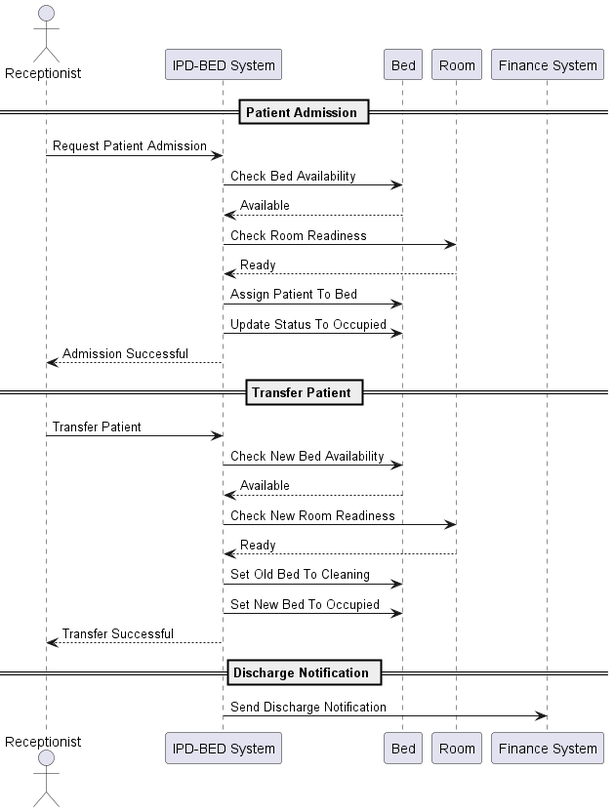
SE226G4/hospital-erp-g4-t3-ipd-bed keeps this PlantUML diagram as HospitalSystem/diagrams/sequence/sequence.png. Above is the earlier version. The source it was exported from:
```plantuml
@startuml sequence

actor Receptionist

participant "IPD-BED System" as System
participant Bed
participant Room
participant "Finance System" as Finance

== Patient Admission ==

Receptionist -> System : Request Patient Admission

System -> Bed : Check Bed Availability
Bed --> System : Available

System -> Room : Check Room Readiness
Room --> System : Ready

System -> Bed : Assign Patient To Bed
System -> Bed : Update Status To Occupied

System --> Receptionist : Admission Successful

== Transfer Patient ==

Receptionist -> System : Transfer Patient

System -> Bed : Check New Bed Availability
Bed --> System : Available

System -> Room : Check New Room Readiness
Room --> System : Ready

System -> Bed : Set Old Bed To Cleaning
System -> Bed : Set New Bed To Occupied

System --> Receptionist : Transfer Successful

== Discharge Notification ==

System -> Finance : Send Discharge Notification

@enduml
```
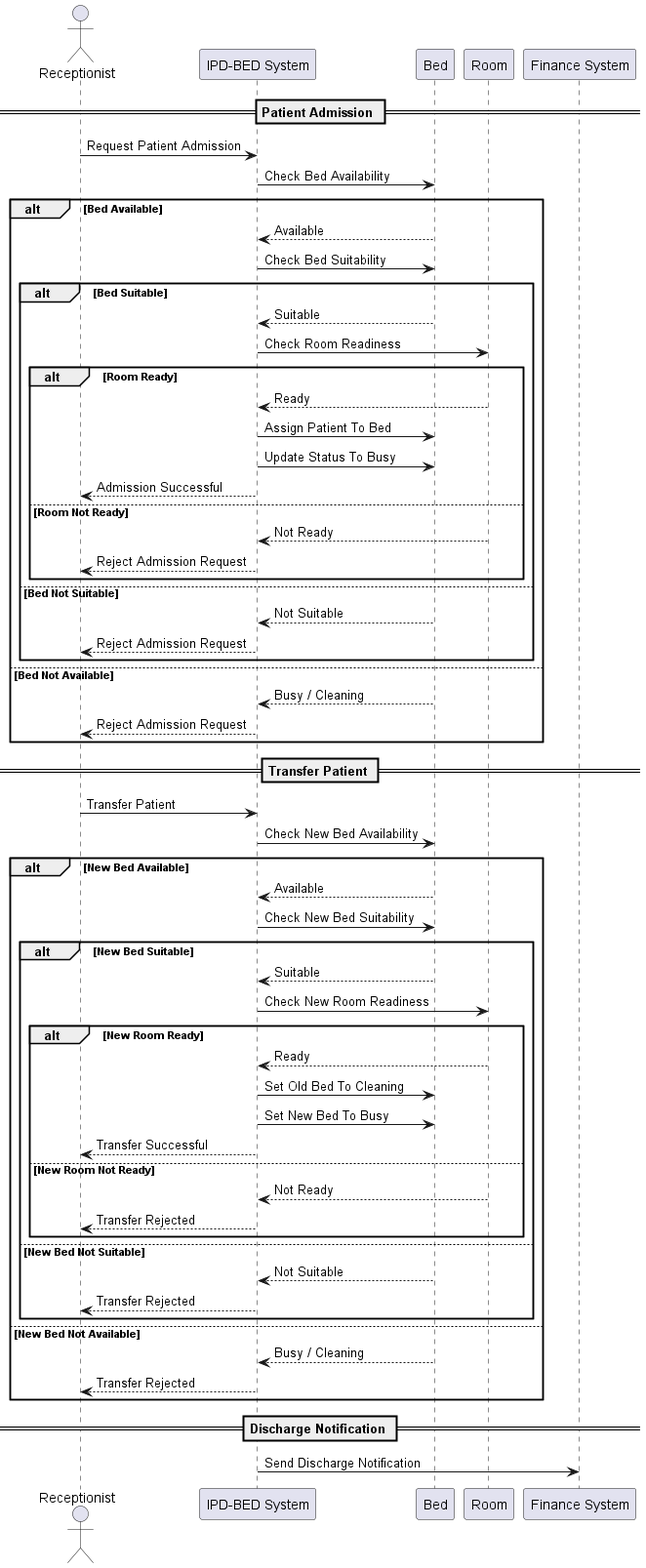
The same file after the commit.

Commit message:
Update sequence diagram and add check bed suitably

The edit, as a diff of the source:
```diff
@@ -12,30 +12,106 @@
 Receptionist -> System : Request Patient Admission
 
 System -> Bed : Check Bed Availability
-Bed --> System : Available
 
-System -> Room : Check Room Readiness
-Room --> System : Ready
+alt Bed Available
 
-System -> Bed : Assign Patient To Bed
-System -> Bed : Update Status To Occupied
+    Bed --> System : Available
 
-System --> Receptionist : Admission Successful
+    System -> Bed : Check Bed Suitability
+
+    alt Bed Suitable
+
+        Bed --> System : Suitable
+
+        System -> Room : Check Room Readiness
+
+        alt Room Ready
+
+            Room --> System : Ready
+
+            System -> Bed : Assign Patient To Bed
+
+            System -> Bed : Update Status To Busy
+
+            System --> Receptionist : Admission Successful
+
+        else Room Not Ready
+
+            Room --> System : Not Ready
+
+            System --> Receptionist : Reject Admission Request
+
+        end
+
+    else Bed Not Suitable
+
+        Bed --> System : Not Suitable
+
+        System --> Receptionist : Reject Admission Request
+
+    end
+
+else Bed Not Available
+
+    Bed --> System : Busy / Cleaning
+
+    System --> Receptionist : Reject Admission Request
+
+end
+
 
 == Transfer Patient ==
 
 Receptionist -> System : Transfer Patient
 
 System -> Bed : Check New Bed Availability
-Bed --> System : Available
 
-System -> Room : Check New Room Readiness
-Room --> System : Ready
+alt New Bed Available
 
-System -> Bed : Set Old Bed To Cleaning
-System -> Bed : Set New Bed To Occupied
+    Bed --> System : Available
 
-System --> Receptionist : Transfer Successful
+    System -> Bed : Check New Bed Suitability
+
+    alt New Bed Suitable
+
+        Bed --> System : Suitable
+
+        System -> Room : Check New Room Readiness
+
+        alt New Room Ready
+
+            Room --> System : Ready
+
+            System -> Bed : Set Old Bed To Cleaning
+
+            System -> Bed : Set New Bed To Busy
+
+            System --> Receptionist : Transfer Successful
+
+        else New Room Not Ready
+
+            Room --> System : Not Ready
+
+            System --> Receptionist : Transfer Rejected
+
+        end
+
+    else New Bed Not Suitable
+
+        Bed --> System : Not Suitable
+
+        System --> Receptionist : Transfer Rejected
+
+    end
+
+else New Bed Not Available
+
+    Bed --> System : Busy / Cleaning
+
+    System --> Receptionist : Transfer Rejected
+
+end
+
 
 == Discharge Notification ==
 
```
